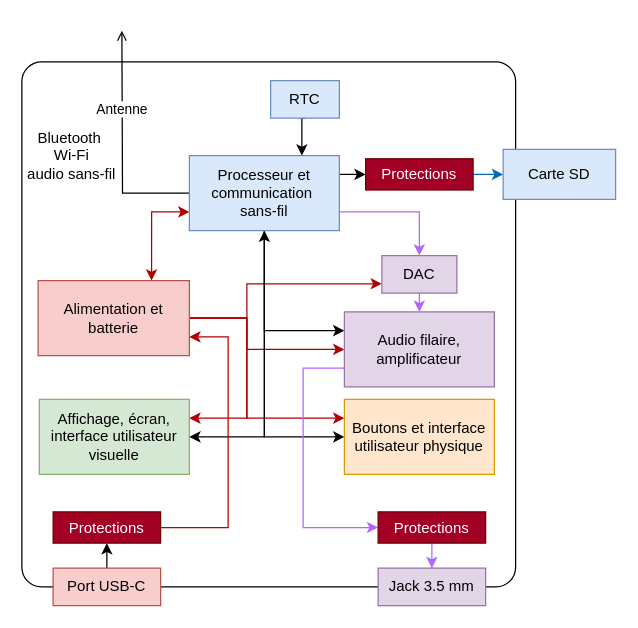
The draw.io diagram assets/figures/Analyse_Fonctionnelle-Niv1.drawio in dossantosyann/iPod2.0_Latex_Report, before the edit. Source tidied: cells renumbered, new cells numbered last; positions are measured from the earlier drawing's top-left corner, leaving out a move shared by most shapes. Both pictures are drawn from the tidied source at 125%, with x=0, y=0 at pixel (21, 30).
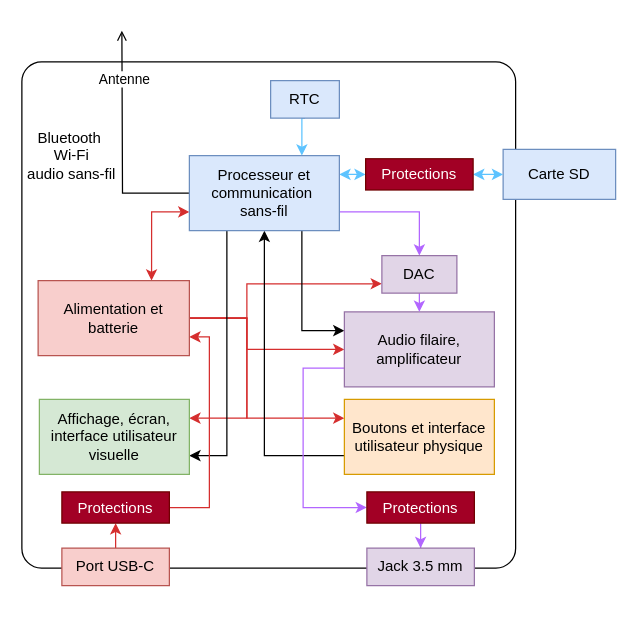
After the change.

Commit message:
Mettre à jour Analyse_Fonctionnelle-Niv1.drawio

The change refers to these unchanged cells:
```xml
<mxCell id="10" value="Alimentation et batterie" style="rounded=0;whiteSpace=wrap;html=1;fillColor=#f8cecc;strokeColor=#b85450;" parent="1" vertex="1">
  <mxGeometry x="13" y="200" width="121" height="60" as="geometry" />
</mxCell>
<mxCell id="11" style="edgeStyle=orthogonalEdgeStyle;rounded=0;jettySize=auto;html=1;exitX=0;exitY=0.5;exitDx=0;exitDy=0;endArrow=open;endFill=0;" parent="1" edge="1" source="18">
  <mxGeometry relative="1" as="geometry">
    <mxPoint x="80" as="targetPoint" />
  </mxGeometry>
</mxCell>
<mxCell id="18" value="&lt;div&gt;Processeur et communication&amp;nbsp;&lt;/div&gt;&lt;div&gt;sans-fil&lt;/div&gt;" style="rounded=0;whiteSpace=wrap;html=1;fillColor=#dae8fc;strokeColor=#6c8ebf;" parent="1" vertex="1">
  <mxGeometry x="134" y="100" width="120" height="60" as="geometry" />
</mxCell>
<mxCell id="19" value="Affichage, écran, interface utilisateur visuelle" style="rounded=0;whiteSpace=wrap;html=1;fillColor=#d5e8d4;strokeColor=#82b366;" parent="1" vertex="1">
  <mxGeometry x="14" y="295" width="120" height="60" as="geometry" />
</mxCell>
<mxCell id="20" value="Boutons et interface utilisateur physique" style="rounded=0;whiteSpace=wrap;html=1;fillColor=#ffe6cc;strokeColor=#d79b00;" parent="1" vertex="1">
  <mxGeometry x="258" y="295" width="120" height="60" as="geometry" />
</mxCell>
<mxCell id="23" value="Audio filaire, amplificateur" style="rounded=0;whiteSpace=wrap;html=1;fillColor=#e1d5e7;strokeColor=#9673a6;" parent="1" vertex="1">
  <mxGeometry x="258" y="225" width="120" height="60" as="geometry" />
</mxCell>
<mxCell id="24" value="Carte SD" style="rounded=0;whiteSpace=wrap;html=1;fillColor=#dae8fc;strokeColor=#6c8ebf;" parent="1" vertex="1">
  <mxGeometry x="385" y="95" width="90" height="40" as="geometry" />
</mxCell>
<mxCell id="26" value="DAC" style="rounded=0;whiteSpace=wrap;html=1;fillColor=#e1d5e7;strokeColor=#9673a6;" parent="1" vertex="1">
  <mxGeometry x="288" y="180" width="60" height="30" as="geometry" />
</mxCell>
<mxCell id="28" value="RTC" style="rounded=0;whiteSpace=wrap;html=1;fillColor=#dae8fc;strokeColor=#6c8ebf;" parent="1" vertex="1">
  <mxGeometry x="199" y="40" width="55" height="30" as="geometry" />
</mxCell>
<mxCell id="32" value="Protections" style="rounded=0;whiteSpace=wrap;html=1;fillColor=#a20025;fontColor=#ffffff;strokeColor=#6F0000;" parent="1" vertex="1">
  <mxGeometry x="275" y="102.5" width="86" height="25" as="geometry" />
</mxCell>
```

Diff of the diagram source:
```diff
@@
     <mxCell id="2" style="rounded=1;whiteSpace=wrap;html=1;arcSize=4;" parent="1" vertex="1">
-      <mxGeometry y="25" width="395" height="420" as="geometry" />
+      <mxGeometry y="25" width="395" height="405" as="geometry" />
     </mxCell>
-    <mxCell id="3" style="edgeStyle=orthogonalEdgeStyle;rounded=0;jettySize=auto;html=1;exitX=0.5;exitY=0;exitDx=0;exitDy=0;entryX=0.5;entryY=1;entryDx=0;entryDy=0;" parent="1" edge="1" source="4" target="30">
+    <mxCell id="3" style="edgeStyle=orthogonalEdgeStyle;rounded=0;jettySize=auto;html=1;exitX=0.5;exitY=0;exitDx=0;exitDy=0;entryX=0.5;entryY=1;entryDx=0;entryDy=0;strokeColor=#D52E2E;" parent="1" edge="1" source="4" target="30">
       <mxGeometry relative="1" as="geometry" />
     </mxCell>
     <mxCell id="4" value="Port USB-C" style="rounded=0;whiteSpace=wrap;html=1;fillColor=#f8cecc;strokeColor=#b85450;" parent="1" vertex="1">
-      <mxGeometry x="25" y="430" width="86" height="30" as="geometry" />
+      <mxGeometry x="32" y="414" width="86" height="30" as="geometry" />
     </mxCell>
-    <mxCell id="5" style="edgeStyle=orthogonalEdgeStyle;rounded=0;jettySize=auto;html=1;exitX=1;exitY=0.5;exitDx=0;exitDy=0;entryX=0;entryY=0.75;entryDx=0;entryDy=0;fillColor=#e51400;strokeColor=#B20000;" parent="1" edge="1" source="10" target="26">
+    <mxCell id="5" style="edgeStyle=orthogonalEdgeStyle;rounded=0;jettySize=auto;html=1;exitX=1;exitY=0.5;exitDx=0;exitDy=0;entryX=0;entryY=0.75;entryDx=0;entryDy=0;fillColor=#e51400;strokeColor=#D52E2E;" parent="1" edge="1" source="10" target="26">
       <mxGeometry relative="1" as="geometry">
         <Array as="points">
           <mxPoint x="180" y="230" />
           <mxPoint x="180" y="203" />
         </Array>
       </mxGeometry>
     </mxCell>
-    <mxCell id="6" style="edgeStyle=orthogonalEdgeStyle;rounded=0;jettySize=auto;html=1;exitX=1;exitY=0.5;exitDx=0;exitDy=0;entryX=1;entryY=0.25;entryDx=0;entryDy=0;fillColor=#e51400;strokeColor=#B20000;" parent="1" edge="1" source="10" target="19">
+    <mxCell id="6" style="edgeStyle=orthogonalEdgeStyle;rounded=0;jettySize=auto;html=1;exitX=1;exitY=0.5;exitDx=0;exitDy=0;entryX=1;entryY=0.25;entryDx=0;entryDy=0;fillColor=#e51400;strokeColor=#D52E2E;" parent="1" edge="1" source="10" target="19">
       <mxGeometry relative="1" as="geometry">
         <Array as="points">
           <mxPoint x="180" y="230" />
           <mxPoint x="180" y="310" />
         </Array>
       </mxGeometry>
     </mxCell>
-    <mxCell id="7" style="edgeStyle=orthogonalEdgeStyle;rounded=0;jettySize=auto;html=1;exitX=1;exitY=0.5;exitDx=0;exitDy=0;entryX=0;entryY=0.25;entryDx=0;entryDy=0;fillColor=#e51400;strokeColor=#B20000;" parent="1" edge="1" source="10" target="20">
+    <mxCell id="7" style="edgeStyle=orthogonalEdgeStyle;rounded=0;jettySize=auto;html=1;exitX=1;exitY=0.5;exitDx=0;exitDy=0;entryX=0;entryY=0.25;entryDx=0;entryDy=0;fillColor=#e51400;strokeColor=#D52E2E;" parent="1" edge="1" source="10" target="20">
       <mxGeometry relative="1" as="geometry">
         <Array as="points">
           <mxPoint x="180" y="230" />
           <mxPoint x="180" y="310" />
         </Array>
       </mxGeometry>
     </mxCell>
-    <mxCell id="8" style="edgeStyle=orthogonalEdgeStyle;rounded=0;jettySize=auto;html=1;exitX=1;exitY=0.5;exitDx=0;exitDy=0;entryX=0;entryY=0.5;entryDx=0;entryDy=0;fillColor=#e51400;strokeColor=#B20000;" parent="1" edge="1" source="10" target="23">
+    <mxCell id="8" style="edgeStyle=orthogonalEdgeStyle;rounded=0;jettySize=auto;html=1;exitX=1;exitY=0.5;exitDx=0;exitDy=0;entryX=0;entryY=0.5;entryDx=0;entryDy=0;fillColor=#e51400;strokeColor=#D52E2E;" parent="1" edge="1" source="10" target="23">
       <mxGeometry relative="1" as="geometry">
         <Array as="points">
           <mxPoint x="180" y="230" />
           <mxPoint x="180" y="255" />
         </Array>
       </mxGeometry>
     </mxCell>
-    <mxCell id="9" style="edgeStyle=orthogonalEdgeStyle;rounded=0;jettySize=auto;html=1;exitX=0.75;exitY=0;exitDx=0;exitDy=0;entryX=0;entryY=0.75;entryDx=0;entryDy=0;startArrow=classic;startFill=1;fillColor=#e51400;strokeColor=#B20000;" parent="1" edge="1" source="10" target="18">
+    <mxCell id="9" style="edgeStyle=orthogonalEdgeStyle;rounded=0;jettySize=auto;html=1;exitX=0.75;exitY=0;exitDx=0;exitDy=0;entryX=0;entryY=0.75;entryDx=0;entryDy=0;startArrow=classic;startFill=1;fillColor=#e51400;strokeColor=#D52E2E;" parent="1" edge="1" source="10" target="18">
       <mxGeometry relative="1" as="geometry" />
     </mxCell>
@@
     <mxCell id="12" value="Antenne" style="edgeLabel;html=1;align=center;verticalAlign=middle;" parent="11" vertex="1">
-      <mxGeometry x="0.32" y="1" relative="1" as="geometry" />
+      <mxGeometry x="0.32" y="1" relative="1" as="geometry">
+        <mxPoint x="2" y="-24" as="offset" />
+      </mxGeometry>
     </mxCell>
-    <mxCell id="13" style="edgeStyle=orthogonalEdgeStyle;rounded=0;jettySize=auto;html=1;exitX=0.5;exitY=1;exitDx=0;exitDy=0;entryX=1;entryY=0.5;entryDx=0;entryDy=0;" parent="1" edge="1" source="18" target="19">
-      <mxGeometry relative="1" as="geometry" />
-    </mxCell>
+    <mxCell id="16" style="edgeStyle=orthogonalEdgeStyle;rounded=0;jettySize=auto;html=1;exitX=1;exitY=0.25;exitDx=0;exitDy=0;entryX=0;entryY=0.5;entryDx=0;entryDy=0;strokeColor=#5DC3FF;startArrow=classic;startFill=1;" parent="1" edge="1" source="18" target="32">
+      <mxGeometry relative="1" as="geometry" />
+    </mxCell>
+    <mxCell id="17" style="edgeStyle=orthogonalEdgeStyle;rounded=0;jettySize=auto;html=1;exitX=1;exitY=0.75;exitDx=0;exitDy=0;entryX=0.5;entryY=0;entryDx=0;entryDy=0;fillColor=#d80073;strokeColor=#B266FF;" parent="1" edge="1" source="18" target="26">
+      <mxGeometry relative="1" as="geometry" />
+    </mxCell>
-    <mxCell id="14" style="edgeStyle=orthogonalEdgeStyle;rounded=0;jettySize=auto;html=1;exitX=0.5;exitY=1;exitDx=0;exitDy=0;entryX=0;entryY=0.25;entryDx=0;entryDy=0;" parent="1" edge="1" source="18" target="23">
+    <mxCell id="14" style="edgeStyle=orthogonalEdgeStyle;rounded=0;jettySize=auto;html=1;exitX=0.75;exitY=1;exitDx=0;exitDy=0;entryX=0;entryY=0.25;entryDx=0;entryDy=0;" parent="1" edge="1" source="18" target="23">
       <mxGeometry relative="1" as="geometry" />
     </mxCell>
-    <mxCell id="15" style="edgeStyle=orthogonalEdgeStyle;rounded=0;jettySize=auto;html=1;exitX=0.5;exitY=1;exitDx=0;exitDy=0;entryX=0;entryY=0.5;entryDx=0;entryDy=0;startArrow=classic;startFill=1;" parent="1" edge="1" source="18" target="20">
+    <mxCell id="15" style="edgeStyle=orthogonalEdgeStyle;rounded=0;jettySize=auto;html=1;exitX=0.5;exitY=1;exitDx=0;exitDy=0;entryX=0;entryY=0.75;entryDx=0;entryDy=0;startArrow=classic;startFill=1;endArrow=none;endFill=0;" parent="1" edge="1" source="18" target="20">
       <mxGeometry relative="1" as="geometry" />
     </mxCell>
-    <mxCell id="16" style="edgeStyle=orthogonalEdgeStyle;rounded=0;jettySize=auto;html=1;exitX=1;exitY=0.25;exitDx=0;exitDy=0;entryX=0;entryY=0.5;entryDx=0;entryDy=0;" parent="1" edge="1" source="18" target="32">
-      <mxGeometry relative="1" as="geometry" />
-    </mxCell>
-    <mxCell id="17" style="edgeStyle=orthogonalEdgeStyle;rounded=0;jettySize=auto;html=1;exitX=1;exitY=0.75;exitDx=0;exitDy=0;entryX=0.5;entryY=0;entryDx=0;entryDy=0;fillColor=#d80073;strokeColor=#B266FF;" parent="1" edge="1" source="18" target="26">
-      <mxGeometry relative="1" as="geometry" />
-    </mxCell>
+    <mxCell id="13" style="edgeStyle=orthogonalEdgeStyle;rounded=0;jettySize=auto;html=1;exitX=0.25;exitY=1;exitDx=0;exitDy=0;entryX=1;entryY=0.75;entryDx=0;entryDy=0;" parent="1" edge="1" source="18" target="19">
+      <mxGeometry relative="1" as="geometry" />
+    </mxCell>
@@
-    <mxCell id="22" style="edgeStyle=orthogonalEdgeStyle;rounded=0;jettySize=auto;html=1;exitX=0;exitY=0.75;exitDx=0;exitDy=0;entryX=0;entryY=0.5;entryDx=0;entryDy=0;fillColor=#d80073;strokeColor=#B266FF;" parent="1" edge="1" source="23" target="34">
+    <mxCell id="22" style="edgeStyle=orthogonalEdgeStyle;rounded=0;jettySize=auto;html=1;exitX=0;exitY=0.75;exitDx=0;exitDy=0;entryX=0;entryY=0.5;entryDx=0;entryDy=0;strokeColor=#B266FF;" parent="1" edge="1" source="23" target="34">
       <mxGeometry relative="1" as="geometry">
         <Array as="points">
           <mxPoint x="225" y="270" />
-          <mxPoint x="225" y="398" />
+          <mxPoint x="225" y="382" />
         </Array>
       </mxGeometry>
     </mxCell>
@@
-    <mxCell id="27" style="edgeStyle=orthogonalEdgeStyle;rounded=0;jettySize=auto;html=1;exitX=0.5;exitY=1;exitDx=0;exitDy=0;entryX=0.75;entryY=0;entryDx=0;entryDy=0;" parent="1" edge="1" source="28" target="18">
+    <mxCell id="27" style="edgeStyle=orthogonalEdgeStyle;rounded=0;jettySize=auto;html=1;exitX=0.5;exitY=1;exitDx=0;exitDy=0;entryX=0.75;entryY=0;entryDx=0;entryDy=0;strokeColor=#5DC3FF;" parent="1" edge="1" source="28" target="18">
       <mxGeometry relative="1" as="geometry" />
     </mxCell>
@@
-    <mxCell id="29" style="edgeStyle=orthogonalEdgeStyle;rounded=0;jettySize=auto;html=1;exitX=1;exitY=0.5;exitDx=0;exitDy=0;entryX=1;entryY=0.75;entryDx=0;entryDy=0;fillColor=#e51400;strokeColor=#B20000;" parent="1" edge="1" source="30" target="10">
+    <mxCell id="29" style="edgeStyle=orthogonalEdgeStyle;rounded=0;jettySize=auto;html=1;exitX=1;exitY=0.5;exitDx=0;exitDy=0;entryX=1;entryY=0.75;entryDx=0;entryDy=0;strokeColor=#D52E2E;" parent="1" edge="1" source="30" target="10">
       <mxGeometry relative="1" as="geometry">
         <Array as="points">
-          <mxPoint x="165" y="398" />
-          <mxPoint x="165" y="245" />
+          <mxPoint x="150" y="382" />
+          <mxPoint x="150" y="245" />
         </Array>
       </mxGeometry>
     </mxCell>
     <mxCell id="30" value="Protections" style="rounded=0;whiteSpace=wrap;html=1;fillColor=#a20025;fontColor=#ffffff;strokeColor=#6F0000;" parent="1" vertex="1">
-      <mxGeometry x="25" y="385" width="86" height="25" as="geometry" />
+      <mxGeometry x="32" y="369" width="86" height="25" as="geometry" />
     </mxCell>
-    <mxCell id="31" style="edgeStyle=orthogonalEdgeStyle;rounded=0;jettySize=auto;html=1;fillColor=#1ba1e2;strokeColor=#006EAF;" parent="1" edge="1" source="32" target="24">
+    <mxCell id="31" style="edgeStyle=orthogonalEdgeStyle;rounded=0;jettySize=auto;html=1;fillColor=#1ba1e2;strokeColor=light-dark(#5DC3FF,#60C9E9);startArrow=classic;startFill=1;" parent="1" edge="1" source="32" target="24">
       <mxGeometry relative="1" as="geometry" />
     </mxCell>
@@
     <mxCell id="34" value="Protections" style="rounded=0;whiteSpace=wrap;html=1;fillColor=#a20025;fontColor=#ffffff;strokeColor=#6F0000;rotation=0;" parent="1" vertex="1">
-      <mxGeometry x="285" y="385" width="86" height="25" as="geometry" />
+      <mxGeometry x="276" y="369" width="86" height="25" as="geometry" />
     </mxCell>
     <mxCell id="35" value="Jack 3.5 mm" style="rounded=0;whiteSpace=wrap;html=1;fillColor=#e1d5e7;strokeColor=#9673a6;" parent="1" vertex="1">
-      <mxGeometry x="285" y="430" width="86" height="30" as="geometry" />
+      <mxGeometry x="276" y="414" width="86" height="30" as="geometry" />
     </mxCell>
```
